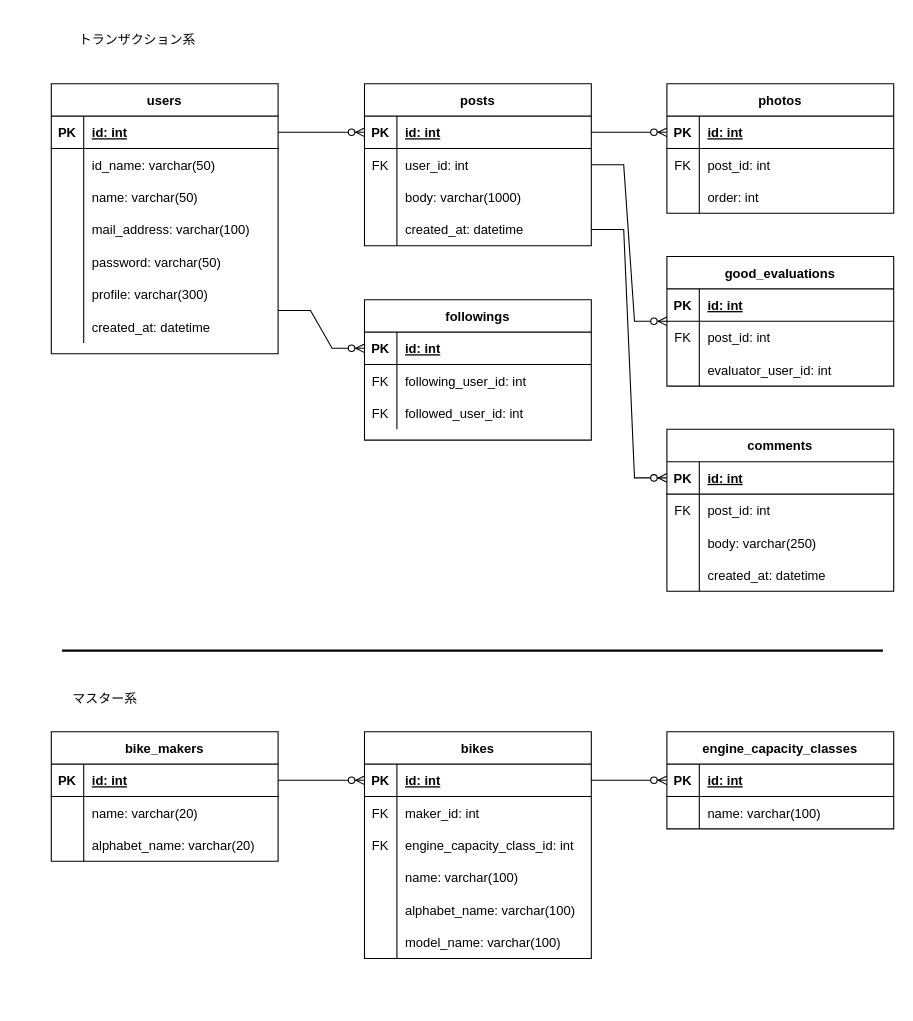
The draw.io diagram er_diagram.drawio in takumi-kawaguchi/bike_sns, before the edit. Source tidied: cells renumbered, new cells numbered last; positions are measured from the earlier drawing's top-left corner, leaving out a move shared by most shapes. Both pictures are drawn from the tidied source at 108%, with x=0, y=0 at pixel (18, 18).
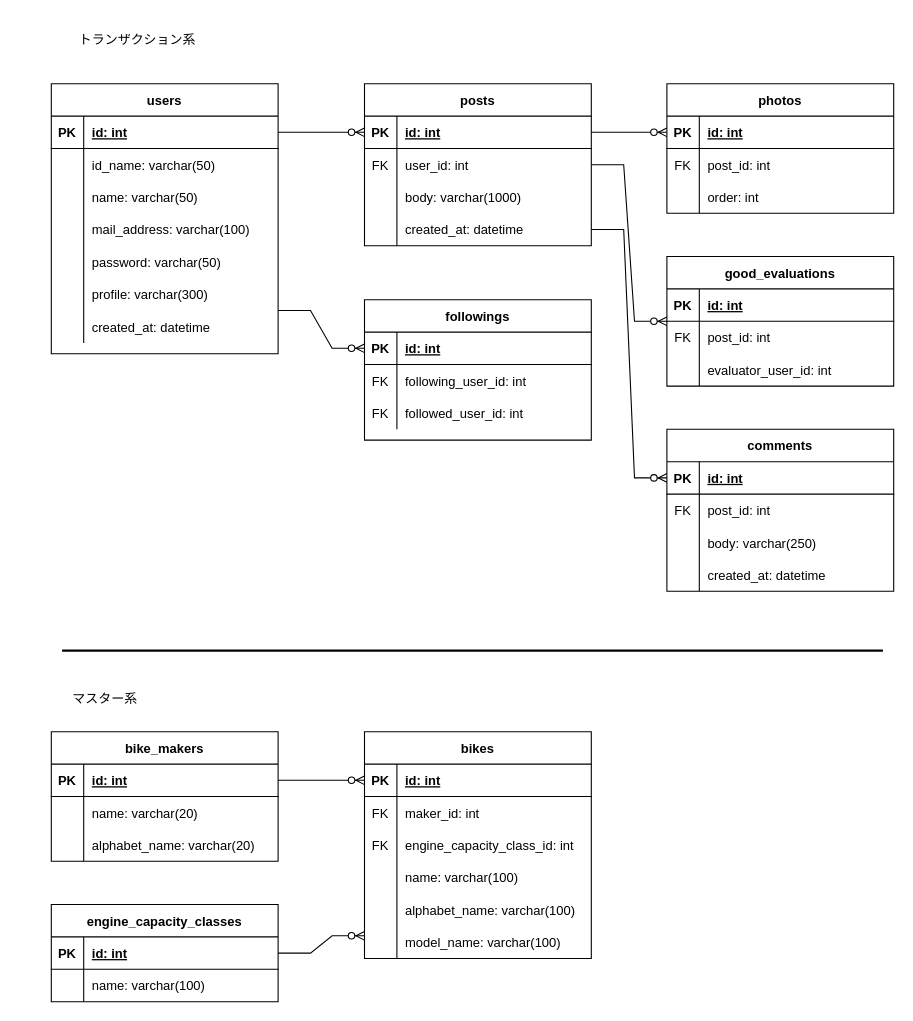
The same diagram, later.

Commit message:
[update]マスターのリレーション修正

The change refers to these unchanged cells:
```xml
<mxCell id="82" style="shape=partialRectangle;fillColor=none;top=0;left=0;bottom=1;right=0;points=[[0,0.5],[1,0.5]];portConstraint=eastwest;" parent="81" vertex="1">
  <mxGeometry y="30" width="210" height="30" as="geometry" />
</mxCell>
<mxCell id="101" style="shape=partialRectangle;fillColor=none;top=0;left=0;bottom=1;right=0;points=[[0,0.5],[1,0.5]];portConstraint=eastwest;" parent="100" vertex="1">
  <mxGeometry y="30" width="210" height="30" as="geometry" />
</mxCell>
```

The edit, as a diff of the source:
```diff
@@
     <mxCell id="100" value="engine_capacity_classes" style="shape=table;startSize=30;childLayout=tableLayout;rowLines=0;fontStyle=1;align=center;" parent="1" vertex="1">
-      <mxGeometry x="600" y="660" width="210" height="90" as="geometry" />
+      <mxGeometry x="30" y="820" width="210" height="90" as="geometry" />
     </mxCell>
@@
-    <mxCell id="114" style="edgeStyle=entityRelationEdgeStyle;fontSize=12;html=1;endArrow=ERzeroToMany;endFill=1;rounded=0;entryX=0;entryY=0.5;entryDx=0;entryDy=0;exitX=1;exitY=0.5;exitDx=0;exitDy=0;" parent="1" edge="1" source="82" target="101">
-      <mxGeometry relative="1" as="geometry" />
-    </mxCell>
@@
+    <mxCell id="126" style="edgeStyle=entityRelationEdgeStyle;fontSize=12;html=1;endArrow=ERzeroToMany;endFill=1;rounded=0;exitX=1;exitY=0.5;exitDx=0;exitDy=0;" parent="1" edge="1" source="101">
+      <mxGeometry relative="1" as="geometry">
+        <mxPoint x="320" y="849" as="targetPoint" />
+      </mxGeometry>
+    </mxCell>
```
